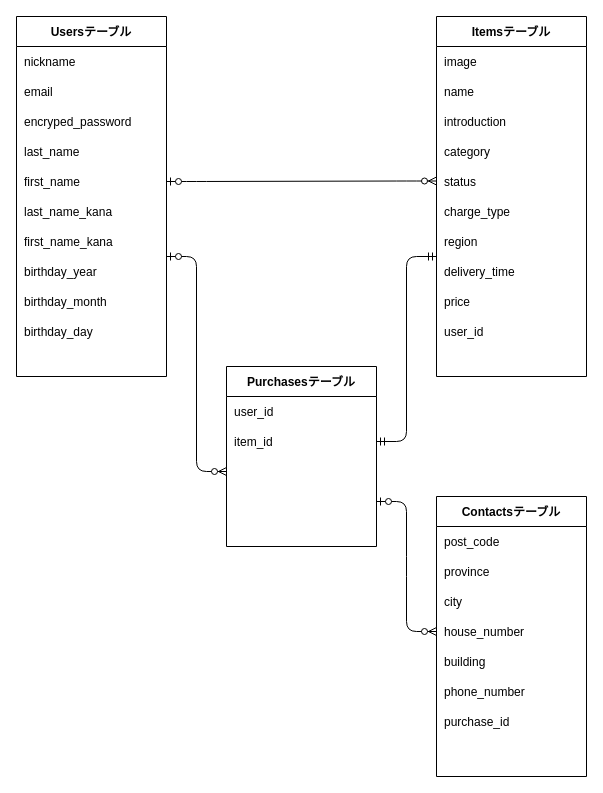
Earlier version of the draw.io diagram database.dio (JackieZHU316/furima-37930). Source tidied: cells renumbered, new cells numbered last; positions are measured from the earlier drawing's top-left corner, leaving out a move shared by most shapes. Both pictures are drawn from the tidied source at 100%, with x=0, y=0 at pixel (16, 16).
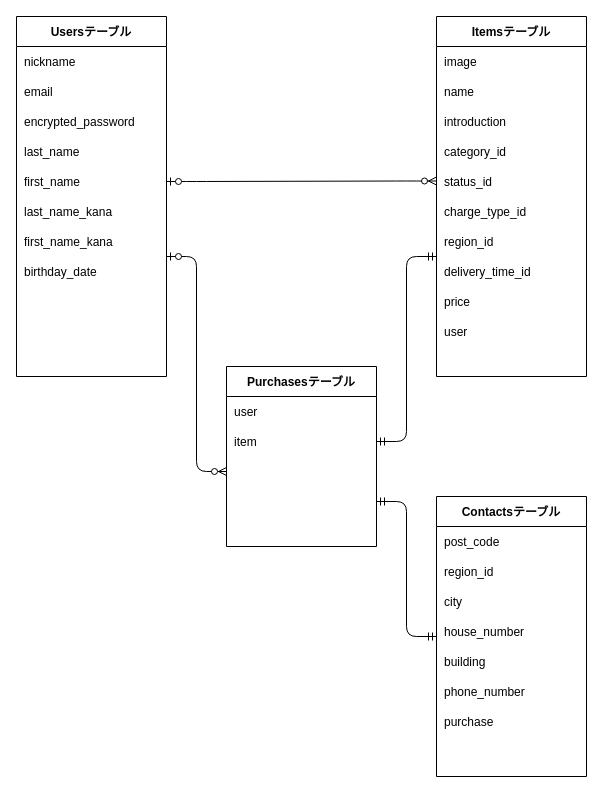
Above is the later version.

Commit message (it also covers changes not shown here):
メンターからのコメントに対して修正1_データベース

The change refers to these unchanged cells:
```xml
<mxCell id="7" style="shape=partialRectangle;fillColor=none;top=0;left=0;bottom=0;right=0;" parent="2" vertex="1">
  <mxGeometry y="90" width="150" height="30" as="geometry" />
</mxCell>
<mxCell id="26" style="shape=partialRectangle;fillColor=none;top=0;left=0;bottom=0;right=0;" parent="19" vertex="1">
  <mxGeometry y="120" width="150" height="30" as="geometry" />
</mxCell>
<mxCell id="38" style="shape=partialRectangle;fillColor=none;top=0;left=0;bottom=0;right=0;" parent="35" vertex="1">
  <mxGeometry y="60" width="150" height="30" as="geometry" />
</mxCell>
<mxCell id="42" style="shape=partialRectangle;fillColor=none;top=0;left=0;bottom=0;right=0;points=[[0,0.5],[1,0.5]];portConstraint=eastwest;" parent="35" vertex="1">
  <mxGeometry y="120" width="150" height="30" as="geometry" />
</mxCell>
<mxCell id="50" style="shape=partialRectangle;fillColor=none;top=0;left=0;bottom=0;right=0;" parent="49" vertex="1">
  <mxGeometry y="30" width="150" height="30" as="geometry" />
</mxCell>
<mxCell id="56" style="shape=partialRectangle;fillColor=none;top=0;left=0;bottom=0;right=0;points=[[0,0.5],[1,0.5]];portConstraint=eastwest;" parent="49" vertex="1">
  <mxGeometry y="120" width="150" height="30" as="geometry" />
</mxCell>
```

Change to the diagram source:
```diff
@@
-    <mxCell id="8" value="encryped_password" style="shape=partialRectangle;fillColor=none;top=0;left=0;bottom=0;right=0;align=left;spacingLeft=6;overflow=hidden;" parent="7" vertex="1">
+    <mxCell id="8" value="encrypted_password" style="shape=partialRectangle;fillColor=none;top=0;left=0;bottom=0;right=0;align=left;spacingLeft=6;overflow=hidden;" parent="7" vertex="1">
       <mxGeometry width="150" height="30" as="geometry" />
     </mxCell>
@@
-    <mxCell id="16" value="birthday_year" style="shape=partialRectangle;fillColor=none;top=0;left=0;bottom=0;right=0;align=left;spacingLeft=6;overflow=hidden;" parent="1" vertex="1">
+    <mxCell id="16" value="birthday_date" style="shape=partialRectangle;fillColor=none;top=0;left=0;bottom=0;right=0;align=left;spacingLeft=6;overflow=hidden;" parent="1" vertex="1">
       <mxGeometry y="240" width="150" height="30" as="geometry" />
     </mxCell>
-    <mxCell id="17" value="birthday_month" style="shape=partialRectangle;fillColor=none;top=0;left=0;bottom=0;right=0;align=left;spacingLeft=6;overflow=hidden;" parent="1" vertex="1">
-      <mxGeometry y="270" width="150" height="30" as="geometry" />
-    </mxCell>
-    <mxCell id="18" value="birthday_day" style="shape=partialRectangle;fillColor=none;top=0;left=0;bottom=0;right=0;align=left;spacingLeft=6;overflow=hidden;" parent="1" vertex="1">
-      <mxGeometry y="300" width="150" height="30" as="geometry" />
-    </mxCell>
@@
-    <mxCell id="27" value="category" style="shape=partialRectangle;fillColor=none;top=0;left=0;bottom=0;right=0;align=left;spacingLeft=6;overflow=hidden;" parent="26" vertex="1">
+    <mxCell id="27" value="category_id" style="shape=partialRectangle;fillColor=none;top=0;left=0;bottom=0;right=0;align=left;spacingLeft=6;overflow=hidden;" parent="26" vertex="1">
       <mxGeometry width="150" height="30" as="geometry" />
     </mxCell>
@@
-    <mxCell id="30" value="status" style="shape=partialRectangle;fillColor=none;top=0;left=0;bottom=0;right=0;align=left;spacingLeft=6;overflow=hidden;" parent="1" vertex="1">
+    <mxCell id="30" value="status_id" style="shape=partialRectangle;fillColor=none;top=0;left=0;bottom=0;right=0;align=left;spacingLeft=6;overflow=hidden;" parent="1" vertex="1">
       <mxGeometry x="420" y="150" width="150" height="30" as="geometry" />
     </mxCell>
-    <mxCell id="31" value="charge_type" style="shape=partialRectangle;fillColor=none;top=0;left=0;bottom=0;right=0;align=left;spacingLeft=6;overflow=hidden;" parent="1" vertex="1">
+    <mxCell id="31" value="charge_type_id" style="shape=partialRectangle;fillColor=none;top=0;left=0;bottom=0;right=0;align=left;spacingLeft=6;overflow=hidden;" parent="1" vertex="1">
       <mxGeometry x="420" y="180" width="150" height="30" as="geometry" />
     </mxCell>
-    <mxCell id="32" value="region" style="shape=partialRectangle;fillColor=none;top=0;left=0;bottom=0;right=0;align=left;spacingLeft=6;overflow=hidden;" parent="1" vertex="1">
+    <mxCell id="32" value="region_id" style="shape=partialRectangle;fillColor=none;top=0;left=0;bottom=0;right=0;align=left;spacingLeft=6;overflow=hidden;" parent="1" vertex="1">
       <mxGeometry x="420" y="210" width="150" height="30" as="geometry" />
     </mxCell>
-    <mxCell id="33" value="delivery_time" style="shape=partialRectangle;fillColor=none;top=0;left=0;bottom=0;right=0;align=left;spacingLeft=6;overflow=hidden;" parent="1" vertex="1">
+    <mxCell id="33" value="delivery_time_id" style="shape=partialRectangle;fillColor=none;top=0;left=0;bottom=0;right=0;align=left;spacingLeft=6;overflow=hidden;" parent="1" vertex="1">
       <mxGeometry x="420" y="240" width="150" height="30" as="geometry" />
     </mxCell>
@@
-    <mxCell id="39" value="province" style="shape=partialRectangle;fillColor=none;top=0;left=0;bottom=0;right=0;align=left;spacingLeft=6;overflow=hidden;" parent="38" vertex="1">
+    <mxCell id="39" value="region_id" style="shape=partialRectangle;fillColor=none;top=0;left=0;bottom=0;right=0;align=left;spacingLeft=6;overflow=hidden;" parent="38" vertex="1">
       <mxGeometry width="150" height="30" as="geometry" />
     </mxCell>
@@
-    <mxCell id="51" value="user_id" style="shape=partialRectangle;fillColor=none;top=0;left=0;bottom=0;right=0;align=left;spacingLeft=6;overflow=hidden;" parent="50" vertex="1">
+    <mxCell id="51" value="user" style="shape=partialRectangle;fillColor=none;top=0;left=0;bottom=0;right=0;align=left;spacingLeft=6;overflow=hidden;" parent="50" vertex="1">
       <mxGeometry width="150" height="30" as="geometry" />
     </mxCell>
@@
-    <mxCell id="62" style="edgeStyle=entityRelationEdgeStyle;fontSize=12;html=1;endArrow=ERzeroToMany;startArrow=ERzeroToOne;exitX=1;exitY=0.5;exitDx=0;exitDy=0;entryX=0;entryY=0.5;entryDx=0;entryDy=0;" parent="1" edge="1" source="56" target="42">
-      <mxGeometry relative="1" as="geometry" />
-    </mxCell>
-    <mxCell id="63" value="user_id" style="shape=partialRectangle;fillColor=none;top=0;left=0;bottom=0;right=0;align=left;spacingLeft=6;overflow=hidden;" parent="1" vertex="1">
+    <mxCell id="63" value="user" style="shape=partialRectangle;fillColor=none;top=0;left=0;bottom=0;right=0;align=left;spacingLeft=6;overflow=hidden;" parent="1" vertex="1">
       <mxGeometry x="420" y="300" width="150" height="30" as="geometry" />
     </mxCell>
-    <mxCell id="64" value="purchase_id" style="shape=partialRectangle;fillColor=none;top=0;left=0;bottom=0;right=0;align=left;spacingLeft=6;overflow=hidden;" parent="1" vertex="1">
+    <mxCell id="64" value="purchase" style="shape=partialRectangle;fillColor=none;top=0;left=0;bottom=0;right=0;align=left;spacingLeft=6;overflow=hidden;" parent="1" vertex="1">
       <mxGeometry x="420" y="690" width="150" height="30" as="geometry" />
     </mxCell>
-    <mxCell id="65" value="item_id" style="shape=partialRectangle;fillColor=none;top=0;left=0;bottom=0;right=0;align=left;spacingLeft=6;overflow=hidden;" parent="1" vertex="1">
+    <mxCell id="65" value="item" style="shape=partialRectangle;fillColor=none;top=0;left=0;bottom=0;right=0;align=left;spacingLeft=6;overflow=hidden;" parent="1" vertex="1">
       <mxGeometry x="210" y="410" width="150" height="30" as="geometry" />
     </mxCell>
+    <mxCell id="66" style="edgeStyle=entityRelationEdgeStyle;fontSize=12;html=1;endArrow=ERmandOne;startArrow=ERmandOne;exitX=1;exitY=0.5;exitDx=0;exitDy=0;" parent="1" edge="1" source="56">
+      <mxGeometry relative="1" as="geometry">
+        <mxPoint x="420" y="620" as="targetPoint" />
+      </mxGeometry>
+    </mxCell>
```
